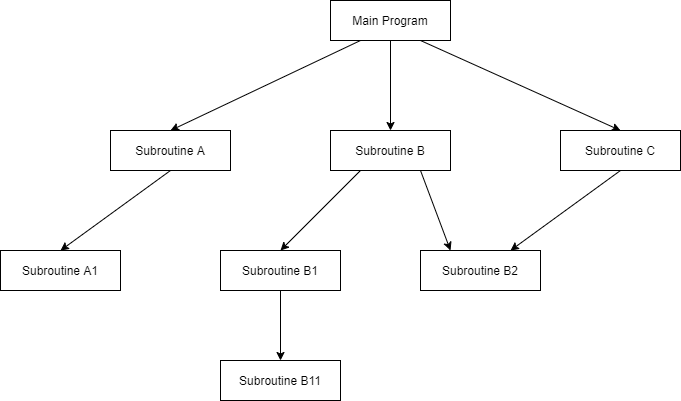
The draw.io diagram Architectural styles/Language-based Systems/MainProgramAndSubroutines.png in smitbmx/Architecture-Diagrams, before a commit. Source tidied: cells renumbered, new cells last; positions are measured from the earlier drawing's top-left corner, leaving out a move shared by most shapes.
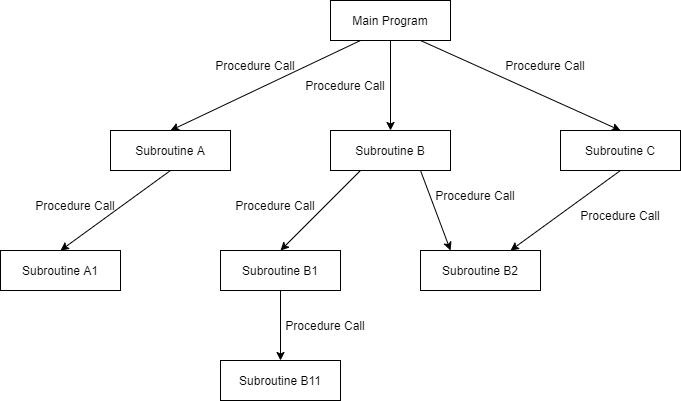
After the change.

The edit, as a diff of the source:
```diff
@@ -50,5 +50,29 @@
     <mxCell id="17" style="endArrow=classic;html=1;rounded=0;exitX=0.5;exitY=1;exitDx=0;exitDy=0;" parent="1" edge="1" source="7" target="8">
       <mxGeometry relative="1" as="geometry" />
     </mxCell>
+    <mxCell id="18" value="Procedure Call" style="text;html=1;strokeColor=none;fillColor=none;align=center;verticalAlign=middle;whiteSpace=wrap;rounded=0;" parent="1" vertex="1">
+      <mxGeometry x="210" y="50" width="90" height="30" as="geometry" />
+    </mxCell>
+    <mxCell id="19" value="Procedure Call" style="text;html=1;strokeColor=none;fillColor=none;align=center;verticalAlign=middle;whiteSpace=wrap;rounded=0;" parent="1" vertex="1">
+      <mxGeometry x="300" y="70" width="90" height="30" as="geometry" />
+    </mxCell>
+    <mxCell id="20" value="Procedure Call" style="text;html=1;strokeColor=none;fillColor=none;align=center;verticalAlign=middle;whiteSpace=wrap;rounded=0;" parent="1" vertex="1">
+      <mxGeometry x="500" y="50" width="90" height="30" as="geometry" />
+    </mxCell>
+    <mxCell id="21" value="Procedure Call" style="text;html=1;strokeColor=none;fillColor=none;align=center;verticalAlign=middle;whiteSpace=wrap;rounded=0;" parent="1" vertex="1">
+      <mxGeometry x="30" y="190" width="90" height="30" as="geometry" />
+    </mxCell>
+    <mxCell id="22" value="Procedure Call" style="text;html=1;strokeColor=none;fillColor=none;align=center;verticalAlign=middle;whiteSpace=wrap;rounded=0;" parent="1" vertex="1">
+      <mxGeometry x="230" y="190" width="90" height="30" as="geometry" />
+    </mxCell>
+    <mxCell id="23" value="Procedure Call" style="text;html=1;strokeColor=none;fillColor=none;align=center;verticalAlign=middle;whiteSpace=wrap;rounded=0;" parent="1" vertex="1">
+      <mxGeometry x="430" y="180" width="90" height="30" as="geometry" />
+    </mxCell>
+    <mxCell id="24" value="Procedure Call" style="text;html=1;strokeColor=none;fillColor=none;align=center;verticalAlign=middle;whiteSpace=wrap;rounded=0;" parent="1" vertex="1">
+      <mxGeometry x="575" y="200" width="90" height="30" as="geometry" />
+    </mxCell>
+    <mxCell id="25" value="Procedure Call" style="text;html=1;strokeColor=none;fillColor=none;align=center;verticalAlign=middle;whiteSpace=wrap;rounded=0;" parent="1" vertex="1">
+      <mxGeometry x="280" y="310" width="90" height="30" as="geometry" />
+    </mxCell>
   </root>
 </mxGraphModel>
```
